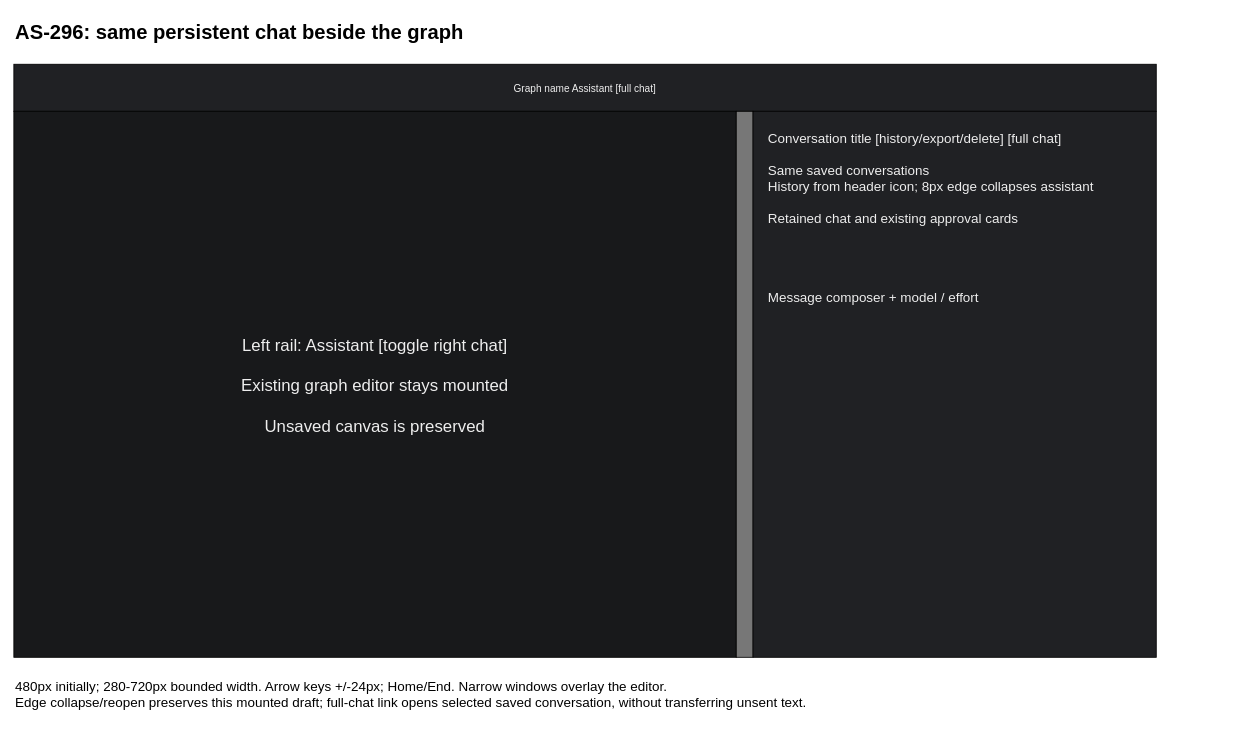
Before: page "AS-296 - Resizable editor assistant" (5 of 8) of projects/laomedo/subsystems/agent-execution/design/application-assistant.drawio in amadou-6e/specs, a draw.io diagram. Source tidied: cells renumbered, new cells numbered last; positions are measured from the earlier drawing's top-left corner, leaving out a move shared by most shapes. Both pictures are drawn from the tidied source at 84%, with x=0, y=0 at pixel (13, 13).
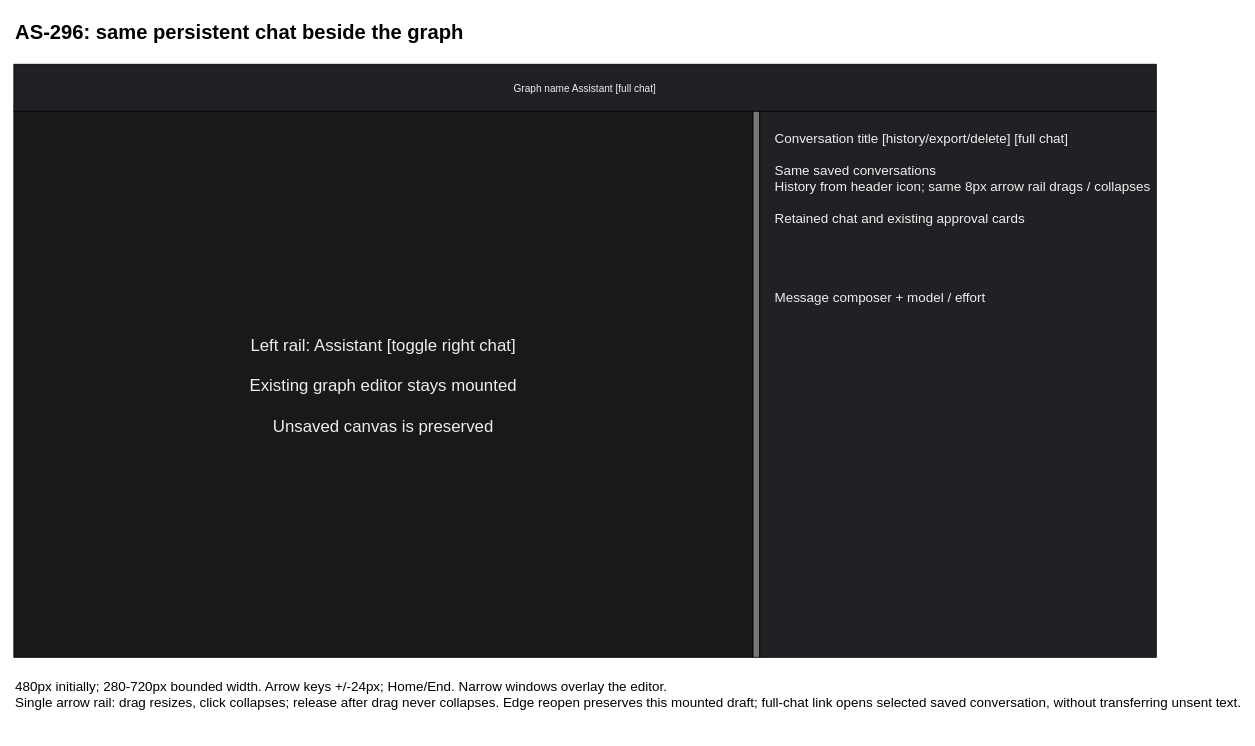
After the change.

Commit message (it also covers changes not shown here):
docs: align history and shared resize rail diagram

The edit, as a diff of the source:
```diff
@@
 <mxGraphModel>
   <root>
     <mxCell id="0" />
     <mxCell id="1" parent="0" />
     <mxCell id="2" value="AS-296: same persistent chat beside the graph" style="text;fontSize=24;fontStyle=1;" parent="1" vertex="1">
       <mxGeometry width="1300" height="40" as="geometry" />
     </mxCell>
     <mxCell id="3" value="Graph name                                  Assistant [full chat]" style="rounded=0;fillColor=#202124;fontColor=#eeeeee;" parent="1" vertex="1">
       <mxGeometry y="60" width="1360" height="56" as="geometry" />
     </mxCell>
     <mxCell id="4" value="Left rail: Assistant [toggle right chat]&#10;&#10;Existing graph editor stays mounted&#10;&#10;Unsaved canvas is preserved" style="rounded=0;fillColor=#18191b;fontColor=#eeeeee;fontSize=20;" parent="1" vertex="1">
-      <mxGeometry y="116" width="860" height="650" as="geometry" />
+      <mxGeometry y="116" width="880" height="650" as="geometry" />
     </mxCell>
     <mxCell id="5" style="rounded=0;fillColor=#777777;" parent="1" vertex="1">
-      <mxGeometry x="860" y="116" width="20" height="650" as="geometry" />
+      <mxGeometry x="880" y="116" width="8" height="650" as="geometry" />
     </mxCell>
-    <mxCell id="6" value="Conversation title      [history/export/delete] [full chat]&#10;&#10;Same saved conversations&#10;History from header icon; 8px edge collapses assistant&#10;&#10;Retained chat and existing approval cards&#10;&#10;&#10;&#10;&#10;Message composer + model / effort" style="rounded=0;fillColor=#202124;fontColor=#eeeeee;align=left;verticalAlign=top;spacing=18;fontSize=16;" parent="1" vertex="1">
-      <mxGeometry x="880" y="116" width="480" height="650" as="geometry" />
+    <mxCell id="6" value="Conversation title      [history/export/delete] [full chat]&#10;&#10;Same saved conversations&#10;History from header icon; same 8px arrow rail drags / collapses&#10;&#10;Retained chat and existing approval cards&#10;&#10;&#10;&#10;&#10;Message composer + model / effort" style="rounded=0;fillColor=#202124;fontColor=#eeeeee;align=left;verticalAlign=top;spacing=18;fontSize=16;" parent="1" vertex="1">
+      <mxGeometry x="888" y="116" width="472" height="650" as="geometry" />
     </mxCell>
-    <mxCell id="7" value="480px initially; 280-720px bounded width. Arrow keys +/-24px; Home/End. Narrow windows overlay the editor.&#10;Edge collapse/reopen preserves this mounted draft; full-chat link opens selected saved conversation, without transferring unsent text." style="text;align=left;fontSize=16;" parent="1" vertex="1">
+    <mxCell id="7" value="480px initially; 280-720px bounded width. Arrow keys +/-24px; Home/End. Narrow windows overlay the editor.&#10;Single arrow rail: drag resizes, click collapses; release after drag never collapses. Edge reopen preserves this mounted draft; full-chat link opens selected saved conversation, without transferring unsent text." style="text;align=left;fontSize=16;" parent="1" vertex="1">
       <mxGeometry y="785" width="1360" height="70" as="geometry" />
     </mxCell>
   </root>
 </mxGraphModel>
```
